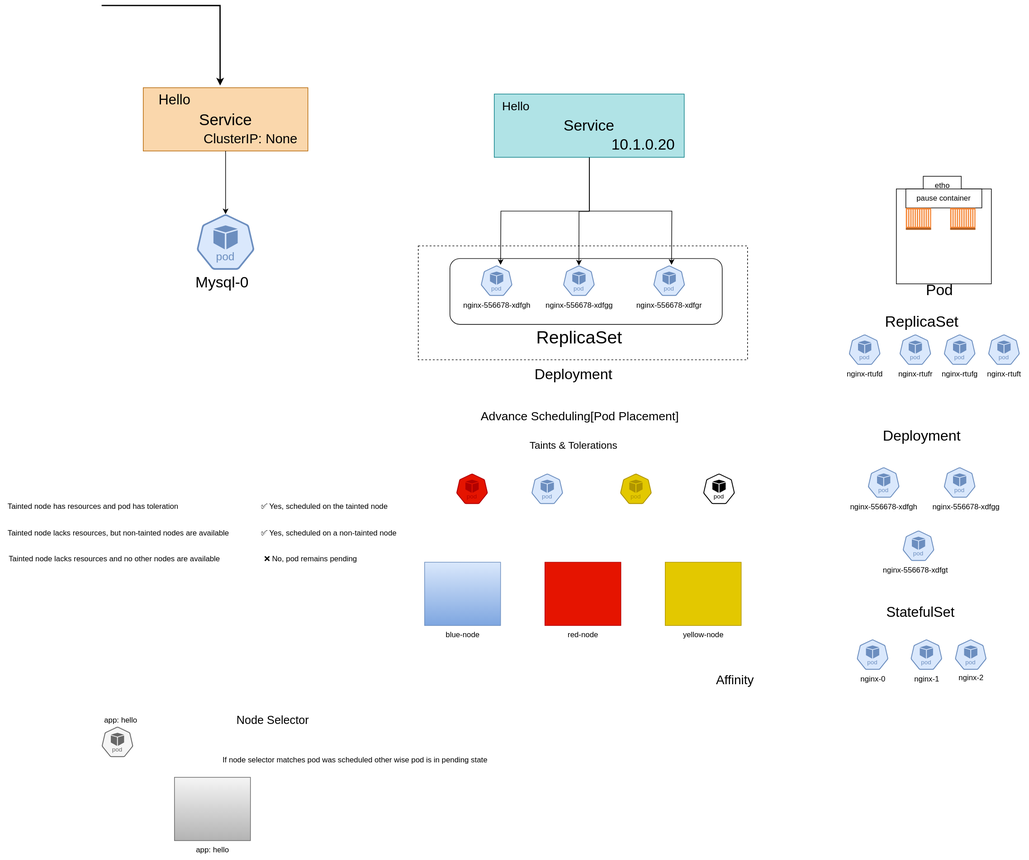
Before: svg/diagrams.drawio.svg, a diagram exported from draw.io (ullagallu-ds/my-notes). Source tidied: cells renumbered, new cells last; positions are measured from the earlier drawing's top-left corner, leaving out a move shared by most shapes.
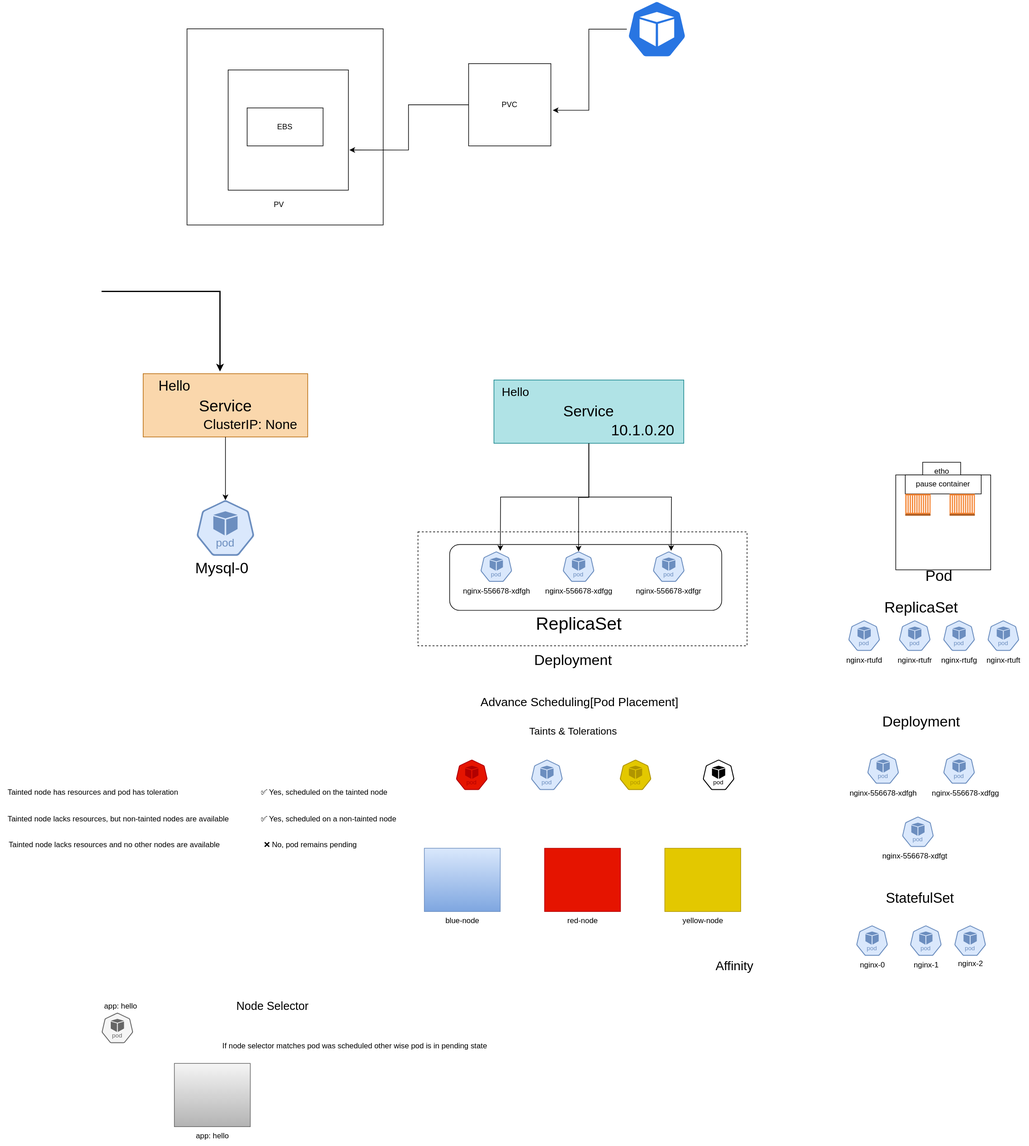
Later version of the same file.

What changed in the source:
```diff
@@ -243,5 +243,34 @@
     <mxCell id="78" style="sketch=0;html=1;dashed=0;whitespace=wrap;verticalLabelPosition=bottom;verticalAlign=top;fillColor=#dae8fc;strokeColor=#6c8ebf;shape=mxgraph.kubernetes.icon2;kubernetesLabel=1;prIcon=pod;gradientColor=#7ea6e0;" parent="1" vertex="1">
       <mxGeometry x="838.8" y="740" width="50" height="48" as="geometry" />
     </mxCell>
+    <mxCell id="79" value="EBS" style="rounded=0;whiteSpace=wrap;html=1;fillColor=none;" parent="1" vertex="1">
+      <mxGeometry x="390" y="-290" width="120" height="60" as="geometry" />
+    </mxCell>
+    <mxCell id="80" style="whiteSpace=wrap;html=1;fillColor=none;" parent="1" vertex="1">
+      <mxGeometry x="360" y="-350" width="190" height="190" as="geometry" />
+    </mxCell>
+    <mxCell id="81" value="PV" style="text;html=1;align=center;verticalAlign=middle;strokeColor=none;fillColor=none;" parent="1" vertex="1">
+      <mxGeometry x="420" y="-152" width="40" height="30" as="geometry" />
+    </mxCell>
+    <mxCell id="82" value="PVC" style="whiteSpace=wrap;html=1;" parent="1" vertex="1">
+      <mxGeometry x="740" y="-360" width="130" height="130" as="geometry" />
+    </mxCell>
+    <mxCell id="83" style="edgeStyle=orthogonalEdgeStyle;rounded=0;jettySize=auto;html=1;entryX=1.008;entryY=0.666;entryDx=0;entryDy=0;entryPerimeter=0;" parent="1" edge="1" source="82" target="80">
+      <mxGeometry relative="1" as="geometry" />
+    </mxCell>
+    <mxCell id="84" style="sketch=0;html=1;dashed=0;whitespace=wrap;verticalLabelPosition=bottom;verticalAlign=top;fillColor=#2875E2;strokeColor=#ffffff;points=[[0.005,0.63,0],[0.1,0.2,0],[0.9,0.2,0],[0.5,0,0],[0.995,0.63,0],[0.72,0.99,0],[0.5,1,0],[0.28,0.99,0]];shape=mxgraph.kubernetes.icon2;prIcon=pod;" parent="1" vertex="1">
+      <mxGeometry x="990" y="-460" width="95" height="91.2" as="geometry" />
+    </mxCell>
+    <mxCell id="85" style="edgeStyle=orthogonalEdgeStyle;rounded=0;jettySize=auto;html=1;entryX=1.023;entryY=0.567;entryDx=0;entryDy=0;entryPerimeter=0;" parent="1" edge="1" source="84" target="82">
+      <mxGeometry relative="1" as="geometry">
+        <Array as="points">
+          <mxPoint x="930" y="-414" />
+          <mxPoint x="930" y="-286" />
+        </Array>
+      </mxGeometry>
+    </mxCell>
+    <mxCell id="86" style="whiteSpace=wrap;html=1;fillColor=none;" parent="1" vertex="1">
+      <mxGeometry x="295" y="-415" width="310" height="310" as="geometry" />
+    </mxCell>
   </root>
 </mxGraphModel>
```
